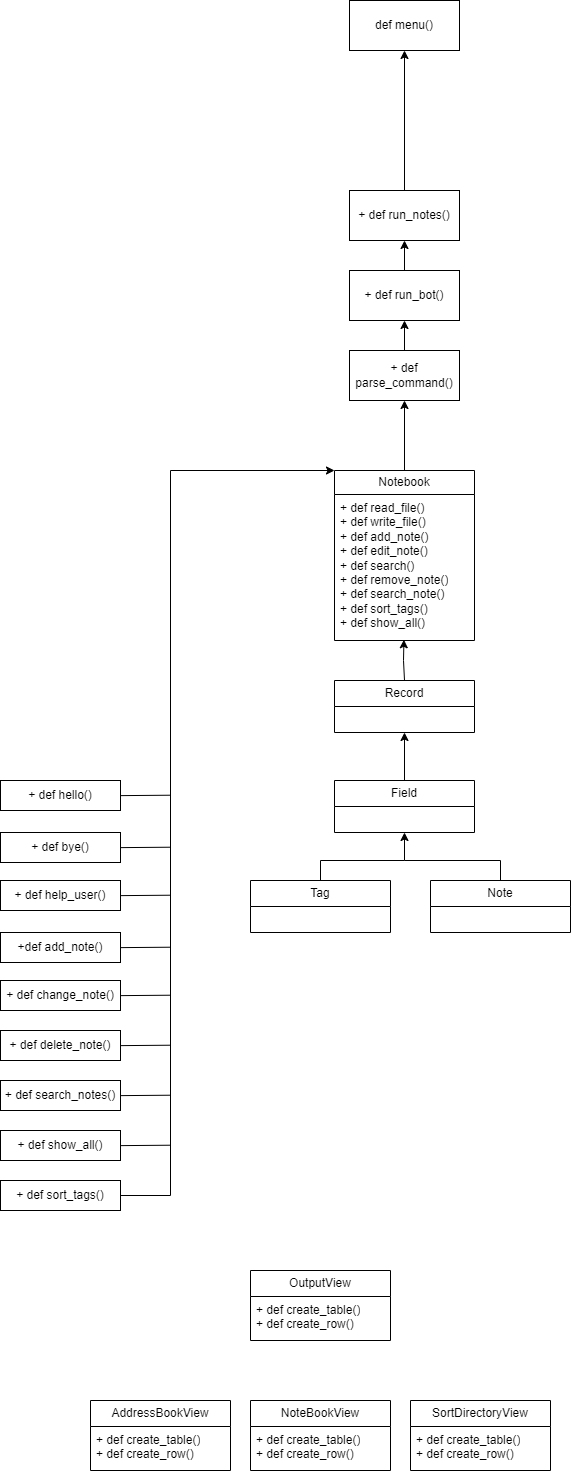
Above: Untitled Diagram.drawio.png in dragomar14/WEB-HW-01 (draw.io), before the change. Source tidied: cells renumbered, new cells last; positions are measured from the earlier drawing's top-left corner, leaving out a move shared by most shapes.
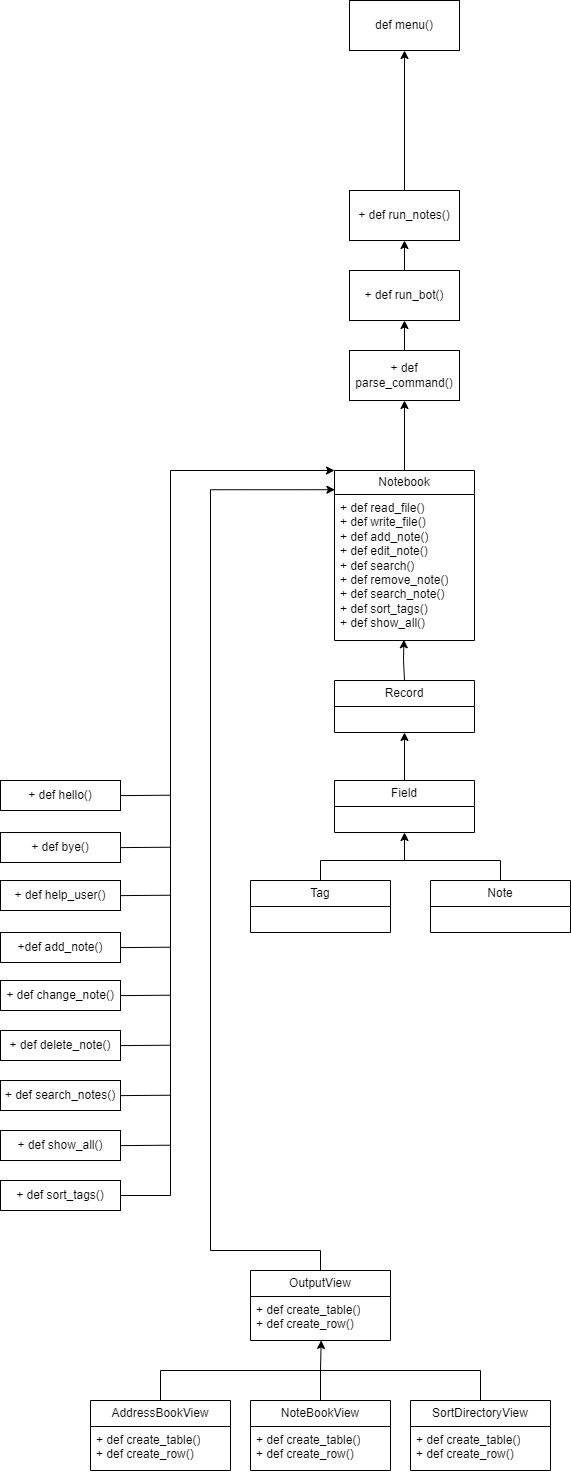
After the change.

The edit, as a diff of the source:
```diff
@@ -155,6 +155,15 @@
         <mxPoint x="170" y="794.7" as="targetPoint" />
       </mxGeometry>
     </mxCell>
+    <mxCell id="46" style="edgeStyle=orthogonalEdgeStyle;rounded=0;jettySize=auto;html=1;exitX=0.5;exitY=0;exitDx=0;exitDy=0;entryX=0.003;entryY=0.113;entryDx=0;entryDy=0;entryPerimeter=0;" parent="1" edge="1" source="38" target="10">
+      <mxGeometry relative="1" as="geometry">
+        <Array as="points">
+          <mxPoint x="320" y="1250" />
+          <mxPoint x="210" y="1250" />
+          <mxPoint x="210" y="489" />
+        </Array>
+      </mxGeometry>
+    </mxCell>
     <mxCell id="38" value="OutputView" style="swimlane;fontStyle=0;horizontal=1;startSize=26;fillColor=none;whiteSpace=wrap;html=1;" parent="1" vertex="1">
       <mxGeometry x="250" y="1270" width="140" height="70" as="geometry" />
     </mxCell>
@@ -167,6 +176,9 @@
     <mxCell id="41" value="+ def create_table()&lt;br&gt;+ def create_row()" style="text;strokeColor=none;fillColor=none;align=left;verticalAlign=top;spacingLeft=4;spacingRight=4;overflow=hidden;whiteSpace=wrap;html=1;" parent="40" vertex="1">
       <mxGeometry y="26" width="140" height="44" as="geometry" />
     </mxCell>
+    <mxCell id="47" style="edgeStyle=orthogonalEdgeStyle;rounded=0;jettySize=auto;html=1;exitX=0.5;exitY=0;exitDx=0;exitDy=0;entryX=0.505;entryY=0.998;entryDx=0;entryDy=0;entryPerimeter=0;" parent="1" edge="1" source="42" target="39">
+      <mxGeometry relative="1" as="geometry" />
+    </mxCell>
     <mxCell id="42" value="NoteBookView" style="swimlane;fontStyle=0;horizontal=1;startSize=26;fillColor=none;whiteSpace=wrap;html=1;" parent="1" vertex="1">
       <mxGeometry x="250" y="1400" width="140" height="70" as="geometry" />
     </mxCell>
@@ -179,5 +191,21 @@
     <mxCell id="45" value="+ def create_table()&lt;br&gt;+ def create_row()" style="text;strokeColor=none;fillColor=none;align=left;verticalAlign=top;spacingLeft=4;spacingRight=4;overflow=hidden;whiteSpace=wrap;html=1;" parent="44" vertex="1">
       <mxGeometry y="26" width="140" height="44" as="geometry" />
     </mxCell>
+    <mxCell id="48" style="endArrow=none;html=1;rounded=0;exitX=0.5;exitY=0;exitDx=0;exitDy=0;" parent="1" edge="1" source="40">
+      <mxGeometry relative="1" as="geometry">
+        <mxPoint x="320" y="1370" as="targetPoint" />
+        <Array as="points">
+          <mxPoint x="160" y="1370" />
+        </Array>
+      </mxGeometry>
+    </mxCell>
+    <mxCell id="49" style="endArrow=none;html=1;rounded=0;exitX=0.5;exitY=0;exitDx=0;exitDy=0;" parent="1" edge="1" source="44">
+      <mxGeometry relative="1" as="geometry">
+        <mxPoint x="320" y="1370" as="targetPoint" />
+        <Array as="points">
+          <mxPoint x="480" y="1370" />
+        </Array>
+      </mxGeometry>
+    </mxCell>
   </root>
 </mxGraphModel>
```
